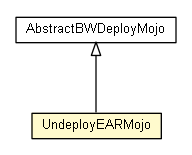
Above: bw-maven-plugin/apidocs/fr/fastconnect/factory/tibco/bw/maven/deployment/UndeployEARMojo.png in fastconnect/tibco-factory (Graphviz), before the change. Its source is kept beside it as bw-maven-plugin/apidocs/fr/fastconnect/factory/tibco/bw/maven/deployment/UndeployEARMojo.dot.
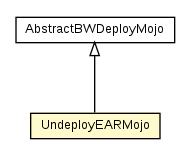
Above is the later version.

What changed in the source:
```diff
@@ -1,18 +1,18 @@
 
 digraph G {
-	edge [fontname="arial",fontsize=10,labelfontname="arial",labelfontsize=10];
-	node [fontname="arial",fontsize=10,shape=plaintext];
+	edge [fontname="Helvetica",fontsize=10,labelfontname="Helvetica",labelfontsize=10];
+	node [fontname="Helvetica",fontsize=10,shape=plaintext];
 	nodesep=0.25;
 	ranksep=0.5;
-	c4041 [label=<<table title="fr.fastconnect.factory.tibco.bw.maven.deployment.UndeployEARMojo" border="0" cellborder="1" cellspacing="0" cellpadding="2" port="p" bgcolor="lemonChiffon" href="./UndeployEARMojo.html">
+	c4315 [label=<<table title="fr.fastconnect.factory.tibco.bw.maven.deployment.UndeployEARMojo" border="0" cellborder="1" cellspacing="0" cellpadding="2" port="p" bgcolor="lemonChiffon" href="./UndeployEARMojo.html">
 		<tr><td><table border="0" cellspacing="0" cellpadding="1">
 <tr><td align="center" balign="center"> UndeployEARMojo </td></tr>
 		</table></td></tr>
-		</table>>, URL="./UndeployEARMojo.html", fontname="arial", fontcolor="black", fontsize=10.0];
-	c4048 [label=<<table title="fr.fastconnect.factory.tibco.bw.maven.deployment.AbstractBWDeployMojo" border="0" cellborder="1" cellspacing="0" cellpadding="2" port="p" href="./AbstractBWDeployMojo.html">
+		</table>>, URL="./UndeployEARMojo.html", fontname="Helvetica", fontcolor="black", fontsize=10.0];
+	c4321 [label=<<table title="fr.fastconnect.factory.tibco.bw.maven.deployment.AbstractBWDeployMojo" border="0" cellborder="1" cellspacing="0" cellpadding="2" port="p" href="./AbstractBWDeployMojo.html">
 		<tr><td><table border="0" cellspacing="0" cellpadding="1">
 <tr><td align="center" balign="center"> AbstractBWDeployMojo </td></tr>
 		</table></td></tr>
-		</table>>, URL="./AbstractBWDeployMojo.html", fontname="arial", fontcolor="black", fontsize=10.0];
-	c4048:p -> c4041:p [dir=back,arrowtail=empty];
+		</table>>, URL="./AbstractBWDeployMojo.html", fontname="Helvetica", fontcolor="black", fontsize=10.0];
+	c4321:p -> c4315:p [dir=back,arrowtail=empty];
 }
```
